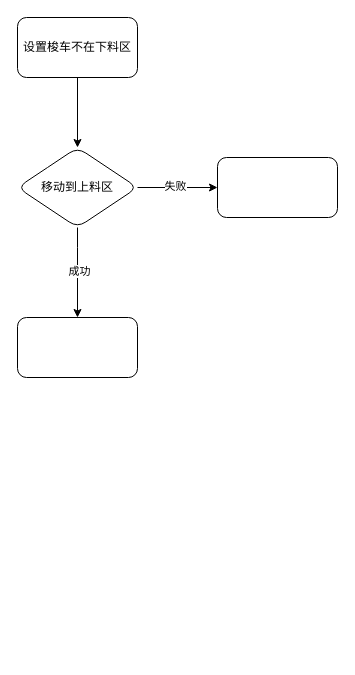
zhangbao128/test keeps this draw.io diagram as 未命名绘图.drawio. Above is the earlier version. Source tidied: cells renumbered, new cells numbered last; positions are measured from the earlier drawing's top-left corner, leaving out a move shared by most shapes. Both pictures are drawn from the tidied source at 100%, with x=0, y=0 at pixel (17, 17).
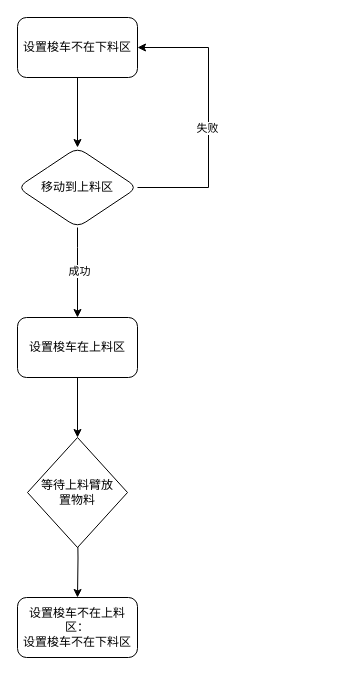
The same diagram, later.

Commit message:
更新未命名绘图.drawio

What changed in the source:
```diff
@@
 <mxGraphModel>
   <root>
     <mxCell id="0" />
     <mxCell id="1" parent="0" />
     <mxCell id="2" style="edgeStyle=orthogonalEdgeStyle;rounded=0;jettySize=auto;html=1;" parent="1" edge="1" source="3" target="8">
       <mxGeometry relative="1" as="geometry" />
     </mxCell>
     <mxCell id="3" value="设置梭车不在下料区" style="rounded=1;whiteSpace=wrap;html=1;" parent="1" vertex="1">
       <mxGeometry width="120" height="60" as="geometry" />
     </mxCell>
     <mxCell id="4" style="edgeStyle=orthogonalEdgeStyle;rounded=0;jettySize=auto;html=1;" parent="1" edge="1" source="8" target="9">
       <mxGeometry relative="1" as="geometry">
         <Array as="points">
           <mxPoint x="60" y="230" />
           <mxPoint x="60" y="230" />
         </Array>
       </mxGeometry>
     </mxCell>
     <mxCell id="5" value="成功" style="edgeLabel;html=1;align=center;verticalAlign=middle;" parent="4" vertex="1">
       <mxGeometry x="-0.04" y="1" relative="1" as="geometry" />
     </mxCell>
-    <mxCell id="6" style="edgeStyle=orthogonalEdgeStyle;rounded=0;jettySize=auto;html=1;" parent="1" edge="1" source="8" target="10">
-      <mxGeometry relative="1" as="geometry" />
+    <mxCell id="6" style="edgeStyle=orthogonalEdgeStyle;rounded=0;jettySize=auto;html=1;entryX=1;entryY=0.5;entryDx=0;entryDy=0;exitX=1;exitY=0.5;exitDx=0;exitDy=0;" parent="1" edge="1" source="8" target="3">
+      <mxGeometry relative="1" as="geometry">
+        <Array as="points">
+          <mxPoint x="191" y="170" />
+          <mxPoint x="191" y="30" />
+        </Array>
+      </mxGeometry>
     </mxCell>
     <mxCell id="7" value="失败" style="edgeLabel;html=1;align=center;verticalAlign=middle;" parent="6" vertex="1">
       <mxGeometry x="-0.07" y="2" relative="1" as="geometry" />
     </mxCell>
     <mxCell id="8" value="移动到上料区" style="rhombus;whiteSpace=wrap;html=1;rounded=1;" parent="1" vertex="1">
       <mxGeometry y="130" width="120" height="80" as="geometry" />
     </mxCell>
+    <mxCell id="11" style="edgeStyle=orthogonalEdgeStyle;rounded=0;jettySize=auto;html=1;entryX=0.5;entryY=0;entryDx=0;entryDy=0;" parent="1" edge="1" source="9" target="14">
+      <mxGeometry relative="1" as="geometry" />
+    </mxCell>
-    <mxCell id="9" style="whiteSpace=wrap;html=1;rounded=1;" parent="1" vertex="1">
+    <mxCell id="9" value="设置梭车在上料区" style="whiteSpace=wrap;html=1;rounded=1;" parent="1" vertex="1">
       <mxGeometry y="300" width="120" height="60" as="geometry" />
     </mxCell>
-    <mxCell id="10" style="whiteSpace=wrap;html=1;rounded=1;" parent="1" vertex="1">
-      <mxGeometry x="200" y="140" width="120" height="60" as="geometry" />
-    </mxCell>
+    <mxCell id="12" style="edgeStyle=orthogonalEdgeStyle;rounded=0;jettySize=auto;html=1;" parent="1" edge="1" target="13">
+      <mxGeometry relative="1" as="geometry">
+        <mxPoint x="60" y="500" as="sourcePoint" />
+      </mxGeometry>
+    </mxCell>
+    <mxCell id="13" value="设置梭车不在上料区：&lt;div&gt;设置梭车不在下料区&lt;/div&gt;" style="whiteSpace=wrap;html=1;rounded=1;" parent="1" vertex="1">
+      <mxGeometry y="580" width="120" height="60" as="geometry" />
+    </mxCell>
+    <mxCell id="14" value="等待上料臂放&lt;div&gt;置物料&lt;/div&gt;" style="rhombus;whiteSpace=wrap;html=1;" parent="1" vertex="1">
+      <mxGeometry x="10" y="420" width="100" height="110" as="geometry" />
+    </mxCell>
   </root>
 </mxGraphModel>
```
